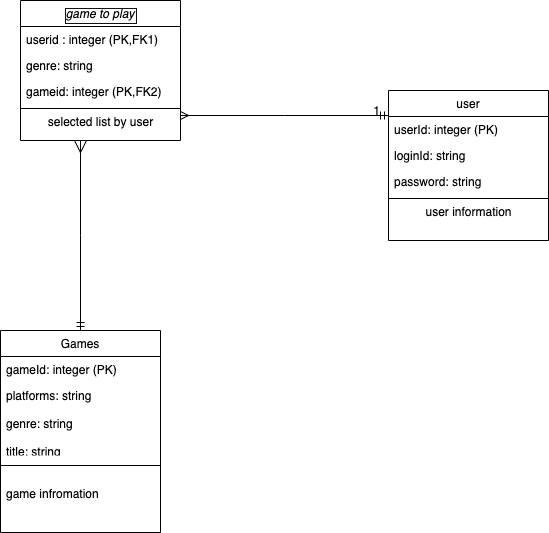
Earlier version of the draw.io export ERD.png (marzo20/project-2-Freegames). Source tidied: cells renumbered, new cells last; positions are measured from the earlier drawing's top-left corner, leaving out a move shared by most shapes.
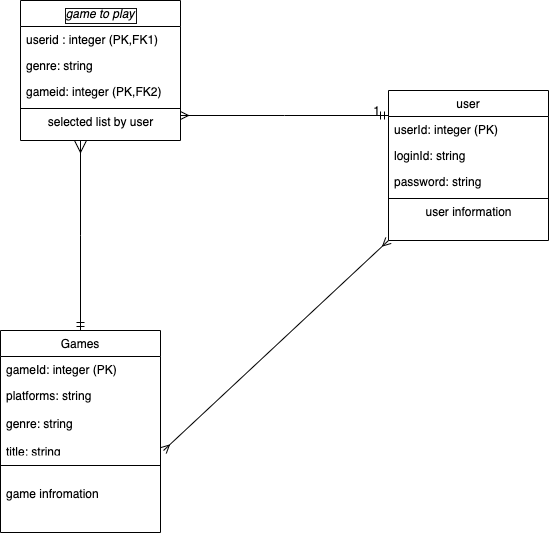
The same diagram one commit later.

What changed in the source:
```diff
@@ -70,5 +70,8 @@
         <mxPoint x="-7" y="4" as="offset" />
       </mxGeometry>
     </mxCell>
+    <mxCell id="22" style="endArrow=ERmany;html=1;rounded=0;exitX=1.019;exitY=1;exitDx=0;exitDy=0;exitPerimeter=0;entryX=0;entryY=1;entryDx=0;entryDy=0;startArrow=ERmany;startFill=0;endFill=0;" parent="1" edge="1" source="10" target="14">
+      <mxGeometry relative="1" as="geometry" />
+    </mxCell>
   </root>
 </mxGraphModel>
```
